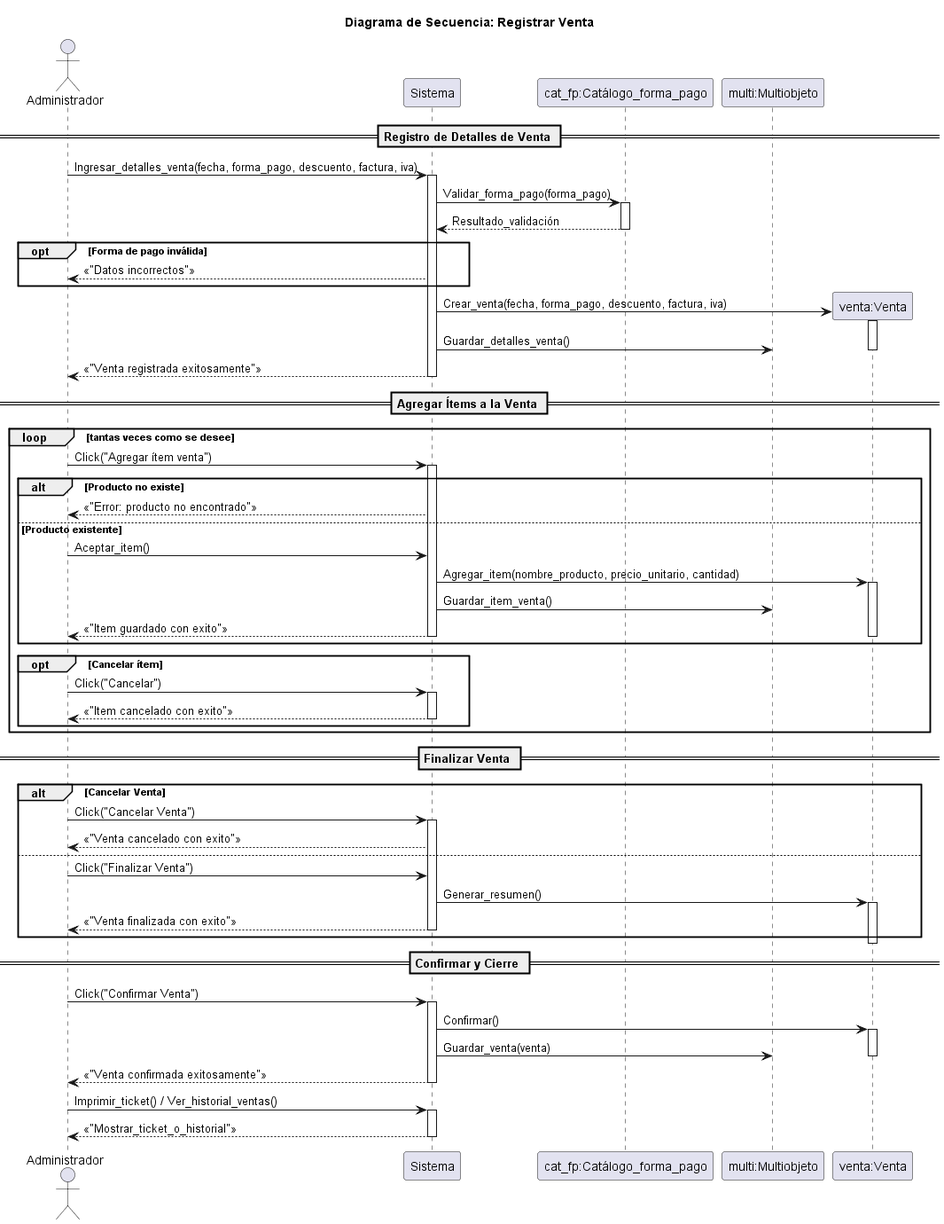
Earlier version of the PlantUML export 08-Diagrama-secuencia/venta.png (Luci1274/PPI_Proyecto_gomeria).
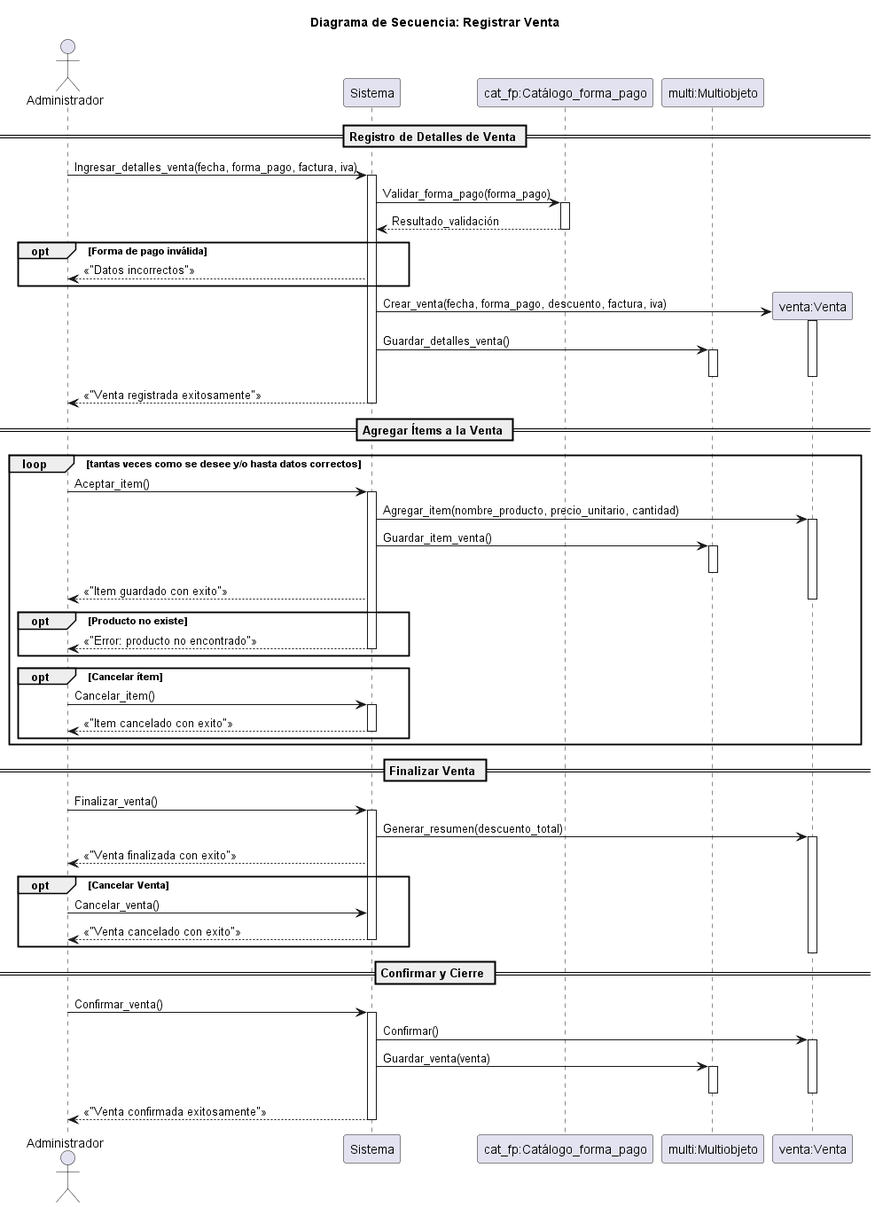
The same diagram one commit later.

Commit message:
Update sequence diagrams for sales, products, and providers

The edit, as a diff of the source:
```diff
@@ -8,7 +8,7 @@
 participant "multi:Multiobjeto" as MULT
 
 == Registro de Detalles de Venta ==
-Administrador -> Sistema: Ingresar_detalles_venta(fecha, forma_pago, descuento, factura, iva)
+Administrador -> Sistema: Ingresar_detalles_venta(fecha, forma_pago, factura, iva)
 activate Sistema
 Sistema -> Cat_fp: Validar_forma_pago(forma_pago)
 activate Cat_fp
@@ -23,28 +23,32 @@
 Sistema -> V: Crear_venta(fecha, forma_pago, descuento, factura, iva)
 activate V
 Sistema -> MULT: Guardar_detalles_venta()
+activate MULT
+deactivate MULT
 deactivate V
 Sistema --> Administrador: <<"Venta registrada exitosamente">>
 deactivate Sistema
 
 == Agregar Ítems a la Venta ==
-loop tantas veces como se desee
-    Administrador -> Sistema: Click("Agregar ítem venta")
+loop tantas veces como se desee y/o hasta datos correctos
+
+    Administrador -> Sistema: Aceptar_item()
     activate Sistema
-    alt Producto no existe
+    Sistema -> V: Agregar_item(nombre_producto, precio_unitario, cantidad)
+    activate V
+    Sistema -> MULT: Guardar_item_venta()
+    activate MULT
+    deactivate MULT
+    Sistema --> Administrador: <<"Item guardado con exito">>
+    deactivate V
+
+    opt Producto no existe
         Sistema --> Administrador: <<"Error: producto no encontrado">>
-    else Producto existente
-        Administrador -> Sistema: Aceptar_item()
-        Sistema -> V: Agregar_item(nombre_producto, precio_unitario, cantidad)
-        activate V
-        Sistema -> MULT: Guardar_item_venta()
-        Sistema --> Administrador: <<"Item guardado con exito">>
-        deactivate V
         deactivate Sistema
     end
 
     opt Cancelar ítem
-        Administrador -> Sistema: Click("Cancelar")
+        Administrador -> Sistema: Cancelar_item()
         activate Sistema
         Sistema --> Administrador: <<"Item cancelado con exito">>
          deactivate Sistema
@@ -52,33 +56,29 @@
 end
 
 == Finalizar Venta ==
-alt Cancelar Venta
-    Administrador -> Sistema: Click("Cancelar Venta")
-    activate Sistema
+Administrador -> Sistema: Finalizar_venta()
+activate Sistema
+Sistema -> V: Generar_resumen(descuento_total)
+activate V
+Sistema --> Administrador: <<"Venta finalizada con exito">>
+
+opt Cancelar Venta
+    Administrador -> Sistema: Cancelar_venta()
     Sistema --> Administrador: <<"Venta cancelado con exito">>
-else
-    Administrador -> Sistema: Click("Finalizar Venta")
-    Sistema -> V: Generar_resumen()
-    activate V
-    Sistema --> Administrador: <<"Venta finalizada con exito">>
     deactivate Sistema
 end
 deactivate V
 
 == Confirmar y Cierre ==
-Administrador -> Sistema: Click("Confirmar Venta")
+Administrador -> Sistema: Confirmar_venta()
 activate Sistema
 Sistema -> V: Confirmar()
 activate V
 Sistema -> MULT: Guardar_venta(venta)
+activate MULT
+deactivate MULT
 deactivate V
 Sistema --> Administrador: <<"Venta confirmada exitosamente">>
 deactivate Sistema
 
-Administrador -> Sistema: Imprimir_ticket() / Ver_historial_ventas()
-activate Sistema
-Sistema --> Administrador: <<"Mostrar_ticket_o_historial">>
-deactivate Sistema
-deactivate V
-
 @enduml
```
